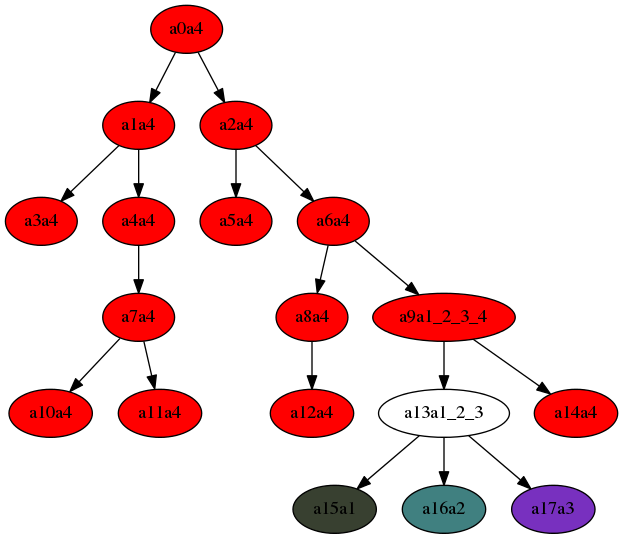
Above: fitch_step_1_cactus.png in MenshovSergey/Fitch (Graphviz), before the change. Its source is kept beside it as fitch_step_1_cactus.dot.
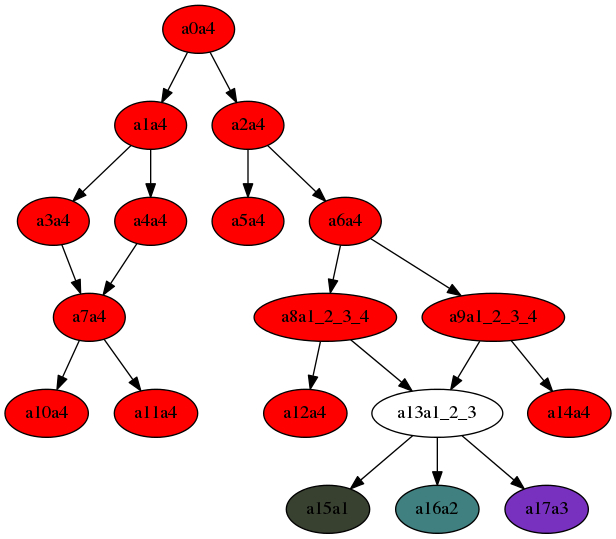
After the commit.

Commit message:
Add fitch for cactus

Change to the diagram source:
```diff
@@ -4,33 +4,35 @@
 a1a4 [style=filled,fillcolor="1.0 1.0 1.0"]
 a1a4->a3a4;
 a3a4 [style=filled,fillcolor="1.0 1.0 1.0"]
-a1a4->a4a4;
-a4a4 [style=filled,fillcolor="1.0 1.0 1.0"]
-a4a4->a7a4;
+a3a4->a7a4;
 a7a4 [style=filled,fillcolor="1.0 1.0 1.0"]
 a7a4->a10a4;
 a10a4 [style=filled,fillcolor="1.0 1.0 1.0"]
 a7a4->a11a4;
 a11a4 [style=filled,fillcolor="1.0 1.0 1.0"]
+a1a4->a4a4;
+a4a4 [style=filled,fillcolor="1.0 1.0 1.0"]
+a4a4->a7a4;
 a0a4->a2a4;
 a2a4 [style=filled,fillcolor="1.0 1.0 1.0"]
 a2a4->a5a4;
 a5a4 [style=filled,fillcolor="1.0 1.0 1.0"]
 a2a4->a6a4;
 a6a4 [style=filled,fillcolor="1.0 1.0 1.0"]
-a6a4->a8a4;
-a8a4 [style=filled,fillcolor="1.0 1.0 1.0"]
-a8a4->a12a4;
+a6a4->a8a1_2_3_4;
+a8a1_2_3_4 [style=filled,fillcolor="1.0 1.0 1.0"]
+a8a1_2_3_4->a12a4;
 a12a4 [style=filled,fillcolor="1.0 1.0 1.0"]
-a6a4->a9a1_2_3_4;
-a9a1_2_3_4 [style=filled,fillcolor="1.0 1.0 1.0"]
-a9a1_2_3_4->a13a1_2_3;
+a8a1_2_3_4->a13a1_2_3;
 a13a1_2_3->a15a1;
 a15a1 [style=filled,fillcolor="0.25 0.25 0.25"]
 a13a1_2_3->a16a2;
 a16a2 [style=filled,fillcolor="0.5 0.5 0.5"]
 a13a1_2_3->a17a3;
 a17a3 [style=filled,fillcolor="0.75 0.75 0.75"]
+a6a4->a9a1_2_3_4;
+a9a1_2_3_4 [style=filled,fillcolor="1.0 1.0 1.0"]
+a9a1_2_3_4->a13a1_2_3;
 a9a1_2_3_4->a14a4;
 a14a4 [style=filled,fillcolor="1.0 1.0 1.0"]
 }
```
